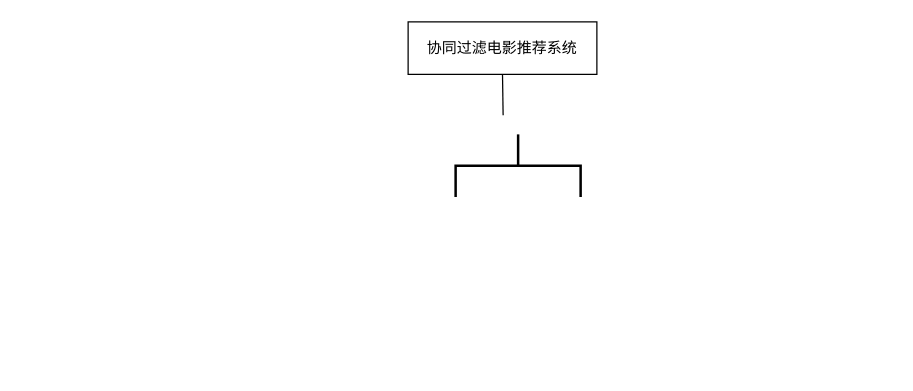
Above: page "第 8 页" (8 of 9) of 未命名绘图.drawio in bcxdawn222/Bank (draw.io), before the change. Source tidied: cells renumbered, new cells numbered last; positions are measured from the earlier drawing's top-left corner, leaving out a move shared by most shapes. Both pictures are drawn from the tidied source at 125%, with x=0, y=0 at pixel (408, 21).
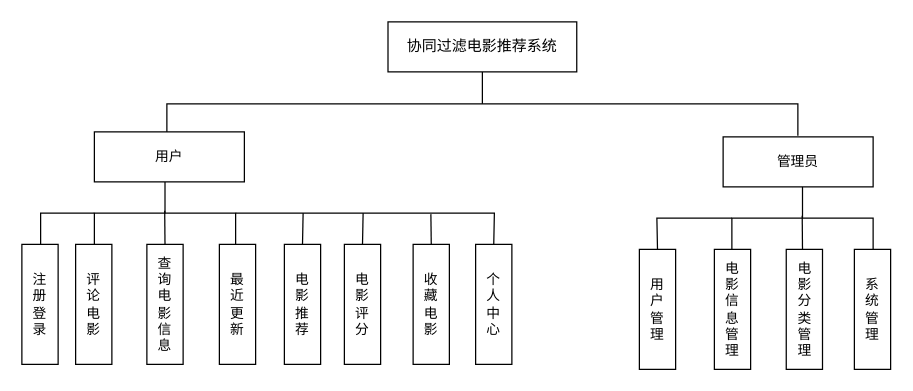
The same diagram, later.

Change to the diagram source:
```diff
@@
-    <mxCell id="2" style="edgeStyle=none;shape=connector;rounded=0;jettySize=auto;html=1;exitX=0.5;exitY=1;exitDx=0;exitDy=0;strokeColor=default;align=center;verticalAlign=middle;fontFamily=Helvetica;fontSize=11;fontColor=default;labelBackgroundColor=default;endArrow=none;" parent="1" edge="1" source="3">
-      <mxGeometry relative="1" as="geometry">
-        <mxPoint x="76" y="74.7" as="targetPoint" />
-      </mxGeometry>
-    </mxCell>
-    <mxCell id="3" value="&lt;font&gt;协同过滤电影推荐系统&lt;/font&gt;" style="rounded=0;whiteSpace=wrap;html=1;" parent="1" vertex="1">
-      <mxGeometry width="151" height="42" as="geometry" />
+    <mxCell id="3" value="&lt;font&gt;协同过滤电影推荐系统&lt;/font&gt;" style="rounded=0;whiteSpace=wrap;html=1;fontFamily=宋体;" parent="1" vertex="1">
+      <mxGeometry x="-16.1" width="151" height="40" as="geometry" />
     </mxCell>
-    <mxCell id="4" style="strokeWidth=2;html=1;shape=mxgraph.flowchart.annotation_2;align=left;labelPosition=right;fontFamily=Helvetica;fontSize=11;fontColor=default;labelBackgroundColor=default;direction=south;" parent="1" vertex="1">
-      <mxGeometry x="38" y="90" width="100" height="50" as="geometry" />
+    <mxCell id="4" style="strokeWidth=1;html=1;shape=mxgraph.flowchart.annotation_2;align=left;labelPosition=right;fontFamily=宋体;fontSize=11;fontColor=default;labelBackgroundColor=default;direction=south;fontStyle=0;" parent="1" vertex="1">
+      <mxGeometry x="-193" y="40" width="504.8" height="51" as="geometry" />
     </mxCell>
+    <mxCell id="5" value="管理员" style="rounded=0;whiteSpace=wrap;html=1;fontFamily=宋体;fontSize=11;fontColor=default;labelBackgroundColor=default;" parent="1" vertex="1">
+      <mxGeometry x="252" y="92" width="120" height="40" as="geometry" />
+    </mxCell>
+    <mxCell id="6" value="用户" style="rounded=0;whiteSpace=wrap;html=1;fontFamily=宋体;fontSize=11;fontColor=default;labelBackgroundColor=default;" parent="1" vertex="1">
+      <mxGeometry x="-251" y="88" width="120" height="40" as="geometry" />
+    </mxCell>
+    <mxCell id="7" style="edgeStyle=none;shape=connector;rounded=0;jettySize=auto;html=1;exitX=0.5;exitY=0;exitDx=0;exitDy=0;exitPerimeter=0;strokeColor=default;align=center;verticalAlign=middle;fontFamily=宋体;fontSize=11;fontColor=default;labelBackgroundColor=default;endArrow=none;entryX=0;entryY=0.5;entryDx=0;entryDy=0;" parent="1" edge="1" source="9" target="19">
+      <mxGeometry relative="1" as="geometry">
+        <Array as="points">
+          <mxPoint x="-88" y="153" />
+          <mxPoint x="69" y="153" />
+        </Array>
+      </mxGeometry>
+    </mxCell>
+    <mxCell id="8" style="edgeStyle=none;shape=connector;rounded=0;jettySize=auto;html=1;exitX=0.5;exitY=1;exitDx=0;exitDy=0;exitPerimeter=0;strokeColor=default;align=center;verticalAlign=middle;fontFamily=宋体;fontSize=11;fontColor=default;labelBackgroundColor=default;endArrow=none;" parent="1" edge="1" source="9">
+      <mxGeometry relative="1" as="geometry">
+        <mxPoint x="-294" y="153" as="targetPoint" />
+        <Array as="points">
+          <mxPoint x="-294" y="153" />
+          <mxPoint x="-294" y="183" />
+        </Array>
+      </mxGeometry>
+    </mxCell>
+    <mxCell id="9" style="strokeWidth=1;html=1;shape=mxgraph.flowchart.annotation_2;align=left;labelPosition=right;fontFamily=宋体;fontSize=11;fontColor=default;labelBackgroundColor=default;direction=south;fontStyle=0;" parent="1" vertex="1">
+      <mxGeometry x="-251" y="128" width="113" height="50" as="geometry" />
+    </mxCell>
+    <mxCell id="10" value="注&lt;div&gt;册&lt;/div&gt;&lt;div&gt;登&lt;/div&gt;&lt;div&gt;录&lt;/div&gt;" style="rounded=0;whiteSpace=wrap;html=1;fontFamily=宋体;fontSize=11;fontColor=default;labelBackgroundColor=default;direction=south;" parent="1" vertex="1">
+      <mxGeometry x="-309" y="178" width="29" height="96" as="geometry" />
+    </mxCell>
+    <mxCell id="11" value="&lt;div&gt;查&lt;/div&gt;&lt;div&gt;询&lt;/div&gt;电&lt;div&gt;影&lt;/div&gt;&lt;div&gt;信&lt;/div&gt;&lt;div&gt;息&lt;/div&gt;" style="rounded=0;whiteSpace=wrap;html=1;fontFamily=宋体;fontSize=11;fontColor=default;labelBackgroundColor=default;direction=south;" parent="1" vertex="1">
+      <mxGeometry x="-209" y="178" width="29" height="96" as="geometry" />
+    </mxCell>
+    <mxCell id="12" value="最&lt;div&gt;近&lt;/div&gt;&lt;div&gt;更&lt;/div&gt;&lt;div&gt;新&lt;/div&gt;" style="rounded=0;whiteSpace=wrap;html=1;fontFamily=宋体;fontSize=11;fontColor=default;labelBackgroundColor=default;direction=south;" parent="1" vertex="1">
+      <mxGeometry x="-151" y="178" width="29" height="96" as="geometry" />
+    </mxCell>
+    <mxCell id="13" style="edgeStyle=none;shape=connector;rounded=0;orthogonalLoop=1;jettySize=auto;html=1;exitX=1;exitY=0.5;exitDx=0;exitDy=0;exitPerimeter=0;entryX=0.462;entryY=0.502;entryDx=0;entryDy=0;entryPerimeter=0;strokeColor=default;align=center;verticalAlign=middle;fontFamily=宋体;fontSize=11;fontColor=default;labelBackgroundColor=default;endArrow=none;" parent="1" edge="1" source="9" target="9">
+      <mxGeometry relative="1" as="geometry" />
+    </mxCell>
+    <mxCell id="14" value="评&lt;div&gt;论&lt;/div&gt;&lt;div&gt;电&lt;/div&gt;&lt;div&gt;影&lt;/div&gt;" style="rounded=0;whiteSpace=wrap;html=1;fontFamily=宋体;fontSize=11;fontColor=default;labelBackgroundColor=default;direction=south;" parent="1" vertex="1">
+      <mxGeometry x="-266" y="178" width="29" height="96" as="geometry" />
+    </mxCell>
+    <mxCell id="15" style="edgeStyle=none;shape=connector;rounded=0;jettySize=auto;html=1;exitX=0;exitY=0.5;exitDx=0;exitDy=0;strokeColor=default;align=center;verticalAlign=middle;fontFamily=宋体;fontSize=11;fontColor=default;labelBackgroundColor=default;endArrow=none;" parent="1" edge="1" source="16">
+      <mxGeometry relative="1" as="geometry">
+        <mxPoint x="-84" y="153" as="targetPoint" />
+      </mxGeometry>
+    </mxCell>
+    <mxCell id="16" value="电&lt;div&gt;影&lt;/div&gt;&lt;div&gt;推&lt;/div&gt;&lt;div&gt;荐&lt;/div&gt;" style="rounded=0;whiteSpace=wrap;html=1;fontFamily=宋体;fontSize=11;fontColor=default;labelBackgroundColor=default;direction=south;" parent="1" vertex="1">
+      <mxGeometry x="-99" y="178" width="29" height="96" as="geometry" />
+    </mxCell>
+    <mxCell id="17" style="edgeStyle=none;shape=connector;rounded=0;jettySize=auto;html=1;exitX=0;exitY=0.5;exitDx=0;exitDy=0;strokeColor=default;align=center;verticalAlign=middle;fontFamily=宋体;fontSize=11;fontColor=default;labelBackgroundColor=default;endArrow=none;" parent="1" edge="1" source="18">
+      <mxGeometry relative="1" as="geometry">
+        <mxPoint x="-36" y="153" as="targetPoint" />
+      </mxGeometry>
+    </mxCell>
+    <mxCell id="18" value="电&lt;div&gt;影&lt;/div&gt;&lt;div&gt;评&lt;/div&gt;&lt;div&gt;分&lt;/div&gt;" style="rounded=0;whiteSpace=wrap;html=1;fontFamily=宋体;fontSize=11;fontColor=default;labelBackgroundColor=default;direction=south;" parent="1" vertex="1">
+      <mxGeometry x="-51" y="178" width="29" height="96" as="geometry" />
+    </mxCell>
+    <mxCell id="19" value="个&lt;div&gt;人&lt;/div&gt;&lt;div&gt;中&lt;/div&gt;&lt;div&gt;心&lt;/div&gt;" style="rounded=0;whiteSpace=wrap;html=1;fontFamily=宋体;fontSize=11;fontColor=default;labelBackgroundColor=default;direction=south;" parent="1" vertex="1">
+      <mxGeometry x="54" y="178" width="29" height="96" as="geometry" />
+    </mxCell>
+    <mxCell id="20" style="edgeStyle=none;shape=connector;rounded=0;jettySize=auto;html=1;exitX=0.5;exitY=1;exitDx=0;exitDy=0;exitPerimeter=0;entryX=0;entryY=0.5;entryDx=0;entryDy=0;strokeColor=default;align=center;verticalAlign=middle;fontFamily=宋体;fontSize=11;fontColor=default;labelBackgroundColor=default;endArrow=none;" parent="1" edge="1" source="21" target="22">
+      <mxGeometry relative="1" as="geometry">
+        <Array as="points">
+          <mxPoint x="199" y="157" />
+        </Array>
+      </mxGeometry>
+    </mxCell>
+    <mxCell id="21" style="strokeWidth=1;html=1;shape=mxgraph.flowchart.annotation_2;align=left;labelPosition=right;fontFamily=宋体;fontSize=11;fontColor=default;labelBackgroundColor=default;direction=south;fontStyle=0;" parent="1" vertex="1">
+      <mxGeometry x="259" y="132" width="113" height="50" as="geometry" />
+    </mxCell>
+    <mxCell id="22" value="用&lt;div&gt;户&lt;/div&gt;&lt;div&gt;管&lt;/div&gt;&lt;div&gt;理&lt;/div&gt;" style="rounded=0;whiteSpace=wrap;html=1;fontFamily=宋体;fontSize=11;fontColor=default;labelBackgroundColor=default;direction=south;" parent="1" vertex="1">
+      <mxGeometry x="185" y="182" width="29" height="96" as="geometry" />
+    </mxCell>
+    <mxCell id="23" value="电&lt;div&gt;影&lt;/div&gt;&lt;div&gt;分&lt;/div&gt;&lt;div&gt;类&lt;/div&gt;&lt;div&gt;管&lt;/div&gt;&lt;div&gt;理&lt;/div&gt;" style="rounded=0;whiteSpace=wrap;html=1;fontFamily=宋体;fontSize=11;fontColor=default;labelBackgroundColor=default;direction=south;" parent="1" vertex="1">
+      <mxGeometry x="302.5" y="182" width="29" height="96" as="geometry" />
+    </mxCell>
+    <mxCell id="24" value="系&lt;div&gt;统&lt;/div&gt;&lt;div&gt;管&lt;/div&gt;&lt;div&gt;理&lt;/div&gt;" style="rounded=0;whiteSpace=wrap;html=1;fontFamily=宋体;fontSize=11;fontColor=default;labelBackgroundColor=default;direction=south;" parent="1" vertex="1">
+      <mxGeometry x="357" y="182" width="29" height="96" as="geometry" />
+    </mxCell>
+    <mxCell id="25" style="edgeStyle=none;shape=connector;rounded=0;orthogonalLoop=1;jettySize=auto;html=1;exitX=1;exitY=0.5;exitDx=0;exitDy=0;exitPerimeter=0;entryX=0.462;entryY=0.502;entryDx=0;entryDy=0;entryPerimeter=0;strokeColor=default;align=center;verticalAlign=middle;fontFamily=宋体;fontSize=11;fontColor=default;labelBackgroundColor=default;endArrow=none;" parent="1" edge="1" source="21" target="21">
+      <mxGeometry relative="1" as="geometry" />
+    </mxCell>
+    <mxCell id="26" value="电&lt;div&gt;影&lt;/div&gt;&lt;div&gt;信&lt;/div&gt;&lt;div&gt;息&lt;/div&gt;&lt;div&gt;管&lt;/div&gt;&lt;div&gt;理&lt;/div&gt;" style="rounded=0;whiteSpace=wrap;html=1;fontFamily=宋体;fontSize=11;fontColor=default;labelBackgroundColor=default;direction=south;" parent="1" vertex="1">
+      <mxGeometry x="245" y="182" width="29" height="96" as="geometry" />
+    </mxCell>
+    <mxCell id="27" style="edgeStyle=none;shape=connector;rounded=0;jettySize=auto;html=1;exitX=0;exitY=0.5;exitDx=0;exitDy=0;strokeColor=default;align=center;verticalAlign=middle;fontFamily=宋体;fontSize=11;fontColor=default;labelBackgroundColor=default;endArrow=none;" parent="1" edge="1" source="28">
+      <mxGeometry relative="1" as="geometry">
+        <mxPoint x="18.2" y="153.8" as="targetPoint" />
+      </mxGeometry>
+    </mxCell>
+    <mxCell id="28" value="收&lt;div&gt;藏&lt;/div&gt;&lt;div&gt;电&lt;/div&gt;&lt;div&gt;影&lt;/div&gt;" style="rounded=0;whiteSpace=wrap;html=1;fontFamily=宋体;fontSize=11;fontColor=default;labelBackgroundColor=default;direction=south;" parent="1" vertex="1">
+      <mxGeometry x="4" y="178" width="29" height="96" as="geometry" />
+    </mxCell>
```
